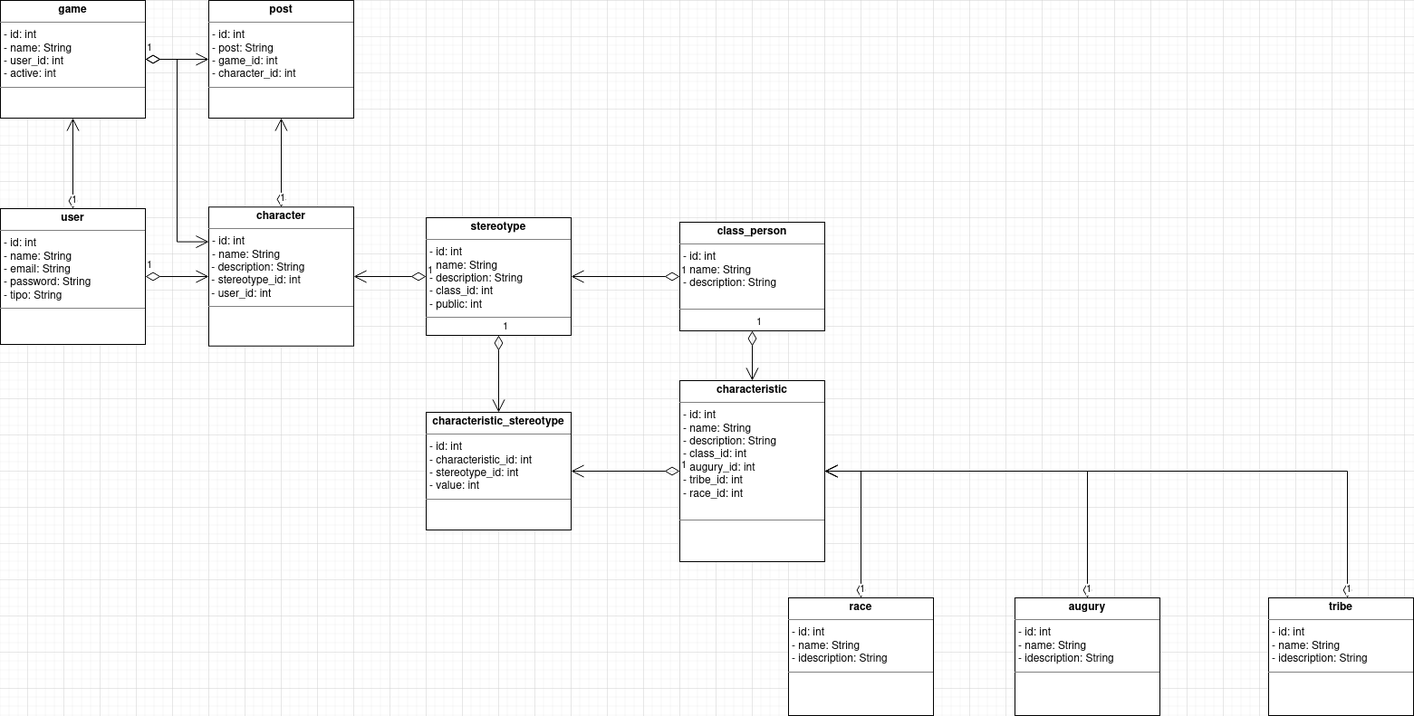
This is diagrama_de_classes.drawio.png from fabriciodiasoliveira/mundo-sombrio-rpg, a draw.io export, as it was before one commit. Source tidied: cells renumbered, new cells last; positions are measured from the earlier drawing's top-left corner, leaving out a move shared by most shapes.
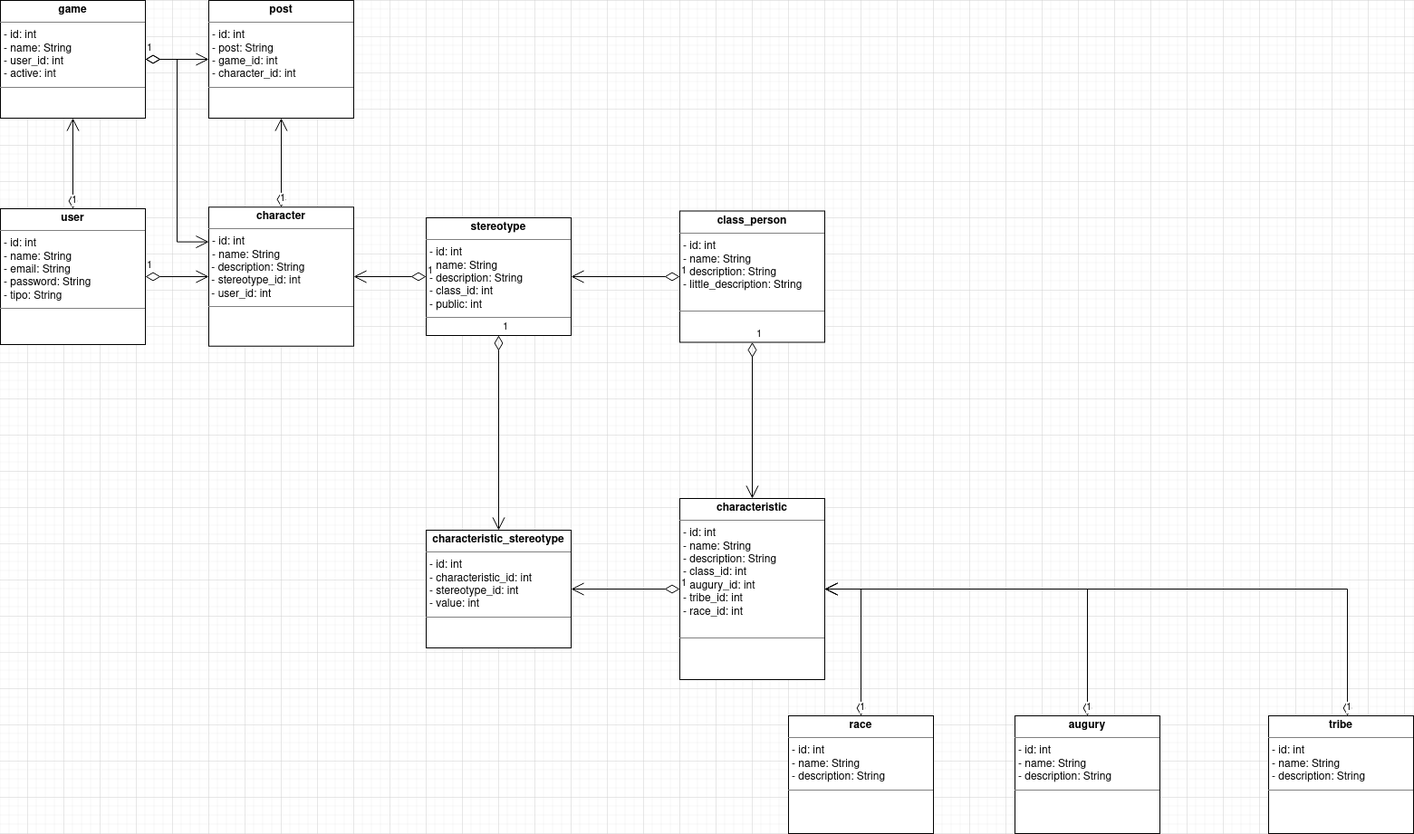
The same diagram one commit later.

Commit message:
#4: Correção do diagrama de classes

Change to the diagram source:
```diff
@@ -8,17 +8,17 @@
     <mxCell id="3" value="&lt;p style=&quot;margin:0px;margin-top:4px;text-align:center;&quot;&gt;&lt;b&gt;stereotype&lt;/b&gt;&lt;br&gt;&lt;/p&gt;&lt;hr size=&quot;1&quot;&gt;&lt;p style=&quot;margin:0px;margin-left:4px;&quot;&gt;- id: int&lt;/p&gt;&lt;p style=&quot;margin:0px;margin-left:4px;&quot;&gt;- name: String&lt;/p&gt;&lt;p style=&quot;margin:0px;margin-left:4px;&quot;&gt;- description: String&lt;/p&gt;&lt;p style=&quot;margin:0px;margin-left:4px;&quot;&gt;- class_id: int&lt;/p&gt;&lt;p style=&quot;margin:0px;margin-left:4px;&quot;&gt;- public: int&lt;/p&gt;&lt;hr size=&quot;1&quot;&gt;&lt;p style=&quot;margin:0px;margin-left:4px;&quot;&gt;&lt;br&gt;&lt;/p&gt;" style="verticalAlign=top;align=left;overflow=fill;fontSize=12;fontFamily=Helvetica;html=1;" parent="1" vertex="1">
       <mxGeometry x="470" y="240" width="160" height="130" as="geometry" />
     </mxCell>
-    <mxCell id="4" value="&lt;p style=&quot;margin:0px;margin-top:4px;text-align:center;&quot;&gt;&lt;b&gt;class_person&lt;/b&gt;&lt;/p&gt;&lt;hr size=&quot;1&quot;&gt;&lt;p style=&quot;margin:0px;margin-left:4px;&quot;&gt;- id: int&lt;/p&gt;&lt;p style=&quot;margin:0px;margin-left:4px;&quot;&gt;- name: String&lt;/p&gt;&lt;p style=&quot;margin:0px;margin-left:4px;&quot;&gt;- description: String&lt;/p&gt;&lt;br&gt;&lt;hr size=&quot;1&quot;&gt;&lt;p style=&quot;margin:0px;margin-left:4px;&quot;&gt;&lt;br&gt;&lt;/p&gt;" style="verticalAlign=top;align=left;overflow=fill;fontSize=12;fontFamily=Helvetica;html=1;" parent="1" vertex="1">
-      <mxGeometry x="750" y="245" width="160" height="120" as="geometry" />
+    <mxCell id="4" value="&lt;p style=&quot;margin:0px;margin-top:4px;text-align:center;&quot;&gt;&lt;b&gt;class_person&lt;/b&gt;&lt;/p&gt;&lt;hr size=&quot;1&quot;&gt;&lt;p style=&quot;margin:0px;margin-left:4px;&quot;&gt;- id: int&lt;/p&gt;&lt;p style=&quot;margin:0px;margin-left:4px;&quot;&gt;- name: String&lt;/p&gt;&lt;p style=&quot;margin:0px;margin-left:4px;&quot;&gt;- description: String&lt;/p&gt;&lt;p style=&quot;margin:0px;margin-left:4px;&quot;&gt;- little_description: String&lt;/p&gt;&lt;br&gt;&lt;hr size=&quot;1&quot;&gt;&lt;p style=&quot;margin:0px;margin-left:4px;&quot;&gt;&lt;br&gt;&lt;/p&gt;" style="verticalAlign=top;align=left;overflow=fill;fontSize=12;fontFamily=Helvetica;html=1;" parent="1" vertex="1">
+      <mxGeometry x="750" y="232.5" width="160" height="145" as="geometry" />
     </mxCell>
     <mxCell id="5" value="&lt;p style=&quot;margin:0px;margin-top:4px;text-align:center;&quot;&gt;&lt;b&gt;characteristic&lt;/b&gt;&lt;/p&gt;&lt;hr size=&quot;1&quot;&gt;&lt;p style=&quot;margin:0px;margin-left:4px;&quot;&gt;- id: int&lt;/p&gt;&lt;p style=&quot;margin:0px;margin-left:4px;&quot;&gt;- name: String&lt;/p&gt;&lt;p style=&quot;margin:0px;margin-left:4px;&quot;&gt;- description: String&lt;/p&gt;&lt;p style=&quot;margin:0px;margin-left:4px;&quot;&gt;- class_id: int&lt;/p&gt;&lt;p style=&quot;margin:0px;margin-left:4px;&quot;&gt;- augury_id: int&lt;/p&gt;&lt;p style=&quot;margin:0px;margin-left:4px;&quot;&gt;- tribe_id: int&lt;/p&gt;&lt;p style=&quot;margin:0px;margin-left:4px;&quot;&gt;- race_id: int&lt;/p&gt;&lt;br&gt;&lt;hr size=&quot;1&quot;&gt;&lt;p style=&quot;margin:0px;margin-left:4px;&quot;&gt;&lt;br&gt;&lt;/p&gt;" style="verticalAlign=top;align=left;overflow=fill;fontSize=12;fontFamily=Helvetica;html=1;" parent="1" vertex="1">
-      <mxGeometry x="750" y="420" width="160" height="200" as="geometry" />
+      <mxGeometry x="750" y="550" width="160" height="200" as="geometry" />
     </mxCell>
     <mxCell id="6" value="1" style="endArrow=open;html=1;endSize=12;startArrow=diamondThin;startSize=14;startFill=0;edgeStyle=orthogonalEdgeStyle;align=left;verticalAlign=bottom;rounded=0;entryX=1;entryY=0.5;entryDx=0;entryDy=0;exitX=0;exitY=0.5;exitDx=0;exitDy=0;" parent="1" edge="1" source="4" target="3">
       <mxGeometry x="-1" y="3" relative="1" as="geometry" />
     </mxCell>
     <mxCell id="7" value="&lt;p style=&quot;margin:0px;margin-top:4px;text-align:center;&quot;&gt;&lt;b&gt;characteristic_stereotype&lt;/b&gt;&lt;/p&gt;&lt;hr size=&quot;1&quot;&gt;&lt;p style=&quot;margin:0px;margin-left:4px;&quot;&gt;- id: int&lt;/p&gt;&lt;p style=&quot;margin:0px;margin-left:4px;&quot;&gt;- characteristic_id: int&lt;/p&gt;&lt;p style=&quot;margin:0px;margin-left:4px;&quot;&gt;- stereotype_id: int&lt;/p&gt;&lt;p style=&quot;margin:0px;margin-left:4px;&quot;&gt;- value: int&lt;br&gt;&lt;/p&gt;&lt;hr size=&quot;1&quot;&gt;&lt;p style=&quot;margin:0px;margin-left:4px;&quot;&gt;&lt;br&gt;&lt;/p&gt;" style="verticalAlign=top;align=left;overflow=fill;fontSize=12;fontFamily=Helvetica;html=1;" parent="1" vertex="1">
-      <mxGeometry x="470" y="455" width="160" height="130" as="geometry" />
+      <mxGeometry x="470" y="585" width="160" height="130" as="geometry" />
     </mxCell>
     <mxCell id="8" value="1" style="endArrow=open;html=1;endSize=12;startArrow=diamondThin;startSize=14;startFill=0;edgeStyle=orthogonalEdgeStyle;align=left;verticalAlign=bottom;rounded=0;entryX=0.5;entryY=0;entryDx=0;entryDy=0;exitX=0.5;exitY=1;exitDx=0;exitDy=0;" parent="1" edge="1" source="3" target="7">
       <mxGeometry x="-1" y="3" relative="1" as="geometry" />
@@ -26,14 +26,14 @@
     <mxCell id="9" value="1" style="endArrow=open;html=1;endSize=12;startArrow=diamondThin;startSize=14;startFill=0;edgeStyle=orthogonalEdgeStyle;align=left;verticalAlign=bottom;rounded=0;entryX=1;entryY=0.5;entryDx=0;entryDy=0;exitX=0;exitY=0.5;exitDx=0;exitDy=0;" parent="1" edge="1" source="5" target="7">
       <mxGeometry x="-1" y="3" relative="1" as="geometry" />
     </mxCell>
-    <mxCell id="10" value="&lt;p style=&quot;margin:0px;margin-top:4px;text-align:center;&quot;&gt;&lt;b&gt;tribe&lt;/b&gt;&lt;/p&gt;&lt;hr size=&quot;1&quot;&gt;&lt;p style=&quot;margin:0px;margin-left:4px;&quot;&gt;- id: int&lt;/p&gt;&lt;p style=&quot;margin:0px;margin-left:4px;&quot;&gt;- name: String&lt;br&gt;&lt;/p&gt;&lt;p style=&quot;margin:0px;margin-left:4px;&quot;&gt;- idescription: String&lt;/p&gt;&lt;hr size=&quot;1&quot;&gt;&lt;p style=&quot;margin:0px;margin-left:4px;&quot;&gt;&lt;br&gt;&lt;/p&gt;" style="verticalAlign=top;align=left;overflow=fill;fontSize=12;fontFamily=Helvetica;html=1;" parent="1" vertex="1">
-      <mxGeometry x="1400" y="660" width="160" height="130" as="geometry" />
+    <mxCell id="10" value="&lt;p style=&quot;margin:0px;margin-top:4px;text-align:center;&quot;&gt;&lt;b&gt;tribe&lt;/b&gt;&lt;/p&gt;&lt;hr size=&quot;1&quot;&gt;&lt;p style=&quot;margin:0px;margin-left:4px;&quot;&gt;- id: int&lt;/p&gt;&lt;p style=&quot;margin:0px;margin-left:4px;&quot;&gt;- name: String&lt;br&gt;&lt;/p&gt;&lt;p style=&quot;margin:0px;margin-left:4px;&quot;&gt;- description: String&lt;/p&gt;&lt;hr size=&quot;1&quot;&gt;&lt;p style=&quot;margin:0px;margin-left:4px;&quot;&gt;&lt;br&gt;&lt;/p&gt;" style="verticalAlign=top;align=left;overflow=fill;fontSize=12;fontFamily=Helvetica;html=1;" parent="1" vertex="1">
+      <mxGeometry x="1400" y="790" width="160" height="130" as="geometry" />
     </mxCell>
-    <mxCell id="11" value="&lt;p style=&quot;margin:0px;margin-top:4px;text-align:center;&quot;&gt;&lt;b&gt;augury&lt;/b&gt;&lt;br&gt;&lt;/p&gt;&lt;hr size=&quot;1&quot;&gt;&lt;p style=&quot;margin:0px;margin-left:4px;&quot;&gt;- id: int&lt;/p&gt;&lt;p style=&quot;margin:0px;margin-left:4px;&quot;&gt;- name: String&lt;br&gt;&lt;/p&gt;&lt;p style=&quot;margin:0px;margin-left:4px;&quot;&gt;- idescription: String&lt;/p&gt;&lt;hr size=&quot;1&quot;&gt;&lt;p style=&quot;margin:0px;margin-left:4px;&quot;&gt;&lt;br&gt;&lt;/p&gt;" style="verticalAlign=top;align=left;overflow=fill;fontSize=12;fontFamily=Helvetica;html=1;" parent="1" vertex="1">
-      <mxGeometry x="1120" y="660" width="160" height="130" as="geometry" />
+    <mxCell id="11" value="&lt;p style=&quot;margin:0px;margin-top:4px;text-align:center;&quot;&gt;&lt;b&gt;augury&lt;/b&gt;&lt;br&gt;&lt;/p&gt;&lt;hr size=&quot;1&quot;&gt;&lt;p style=&quot;margin:0px;margin-left:4px;&quot;&gt;- id: int&lt;/p&gt;&lt;p style=&quot;margin:0px;margin-left:4px;&quot;&gt;- name: String&lt;br&gt;&lt;/p&gt;&lt;p style=&quot;margin:0px;margin-left:4px;&quot;&gt;- description: String&lt;/p&gt;&lt;hr size=&quot;1&quot;&gt;&lt;p style=&quot;margin:0px;margin-left:4px;&quot;&gt;&lt;br&gt;&lt;/p&gt;" style="verticalAlign=top;align=left;overflow=fill;fontSize=12;fontFamily=Helvetica;html=1;" parent="1" vertex="1">
+      <mxGeometry x="1120" y="790" width="160" height="130" as="geometry" />
     </mxCell>
-    <mxCell id="12" value="&lt;p style=&quot;margin:0px;margin-top:4px;text-align:center;&quot;&gt;&lt;b&gt;race&lt;/b&gt;&lt;br&gt;&lt;/p&gt;&lt;hr size=&quot;1&quot;&gt;&lt;p style=&quot;margin:0px;margin-left:4px;&quot;&gt;- id: int&lt;/p&gt;&lt;p style=&quot;margin:0px;margin-left:4px;&quot;&gt;- name: String&lt;br&gt;&lt;/p&gt;&lt;p style=&quot;margin:0px;margin-left:4px;&quot;&gt;- idescription: String&lt;/p&gt;&lt;hr size=&quot;1&quot;&gt;&lt;p style=&quot;margin:0px;margin-left:4px;&quot;&gt;&lt;br&gt;&lt;/p&gt;" style="verticalAlign=top;align=left;overflow=fill;fontSize=12;fontFamily=Helvetica;html=1;" parent="1" vertex="1">
-      <mxGeometry x="870" y="660" width="160" height="130" as="geometry" />
+    <mxCell id="12" value="&lt;p style=&quot;margin:0px;margin-top:4px;text-align:center;&quot;&gt;&lt;b&gt;race&lt;/b&gt;&lt;br&gt;&lt;/p&gt;&lt;hr size=&quot;1&quot;&gt;&lt;p style=&quot;margin:0px;margin-left:4px;&quot;&gt;- id: int&lt;/p&gt;&lt;p style=&quot;margin:0px;margin-left:4px;&quot;&gt;- name: String&lt;br&gt;&lt;/p&gt;&lt;p style=&quot;margin:0px;margin-left:4px;&quot;&gt;- description: String&lt;/p&gt;&lt;hr size=&quot;1&quot;&gt;&lt;p style=&quot;margin:0px;margin-left:4px;&quot;&gt;&lt;br&gt;&lt;/p&gt;" style="verticalAlign=top;align=left;overflow=fill;fontSize=12;fontFamily=Helvetica;html=1;" parent="1" vertex="1">
+      <mxGeometry x="870" y="790" width="160" height="130" as="geometry" />
     </mxCell>
     <mxCell id="13" value="1" style="endArrow=open;html=1;endSize=12;startArrow=diamondThin;startSize=14;startFill=0;edgeStyle=orthogonalEdgeStyle;align=left;verticalAlign=bottom;rounded=0;exitX=0.5;exitY=1;exitDx=0;exitDy=0;entryX=0.5;entryY=0;entryDx=0;entryDy=0;" parent="1" edge="1" source="4" target="5">
       <mxGeometry x="-1" y="3" relative="1" as="geometry" />
```
